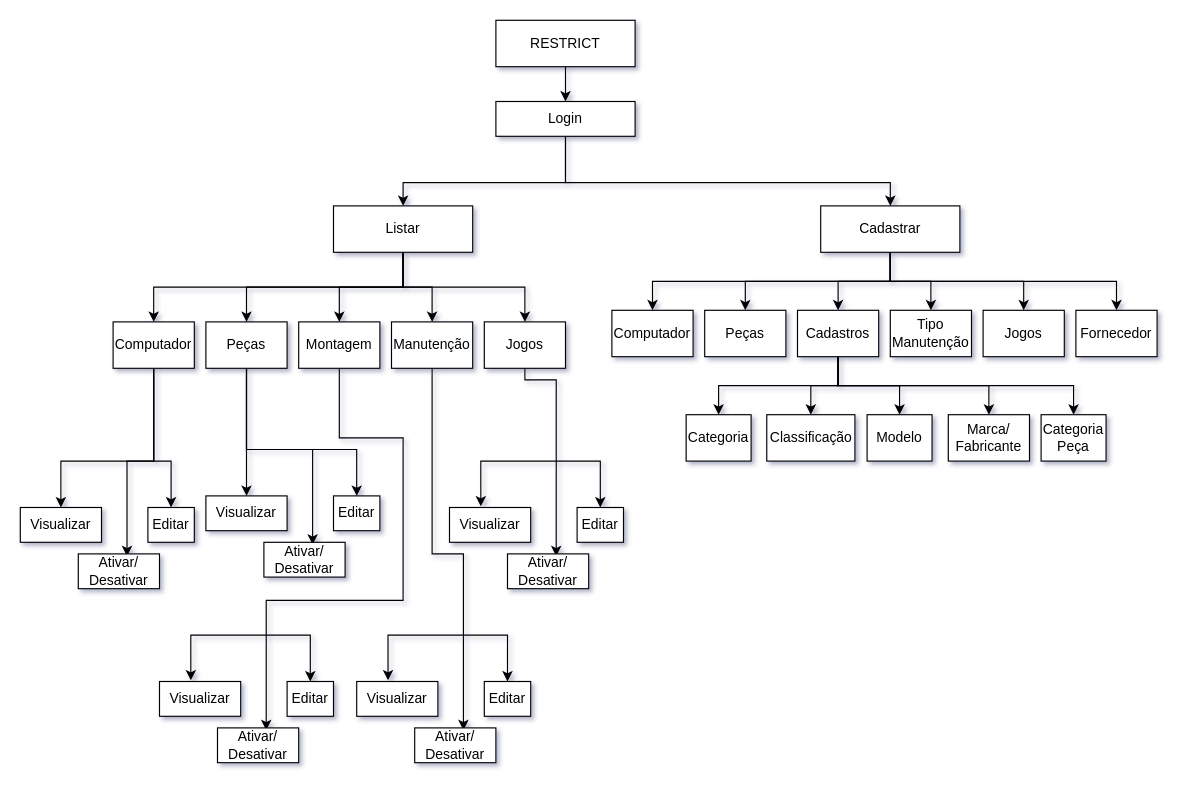
Earlier version of the draw.io diagram uploads/ADM.drawio (iasdomingos03/tcc). Source tidied: cells renumbered, new cells numbered last; positions are measured from the earlier drawing's top-left corner, leaving out a move shared by most shapes. Both pictures are drawn from the tidied source at 116%, with x=0, y=0 at pixel (20, 20).
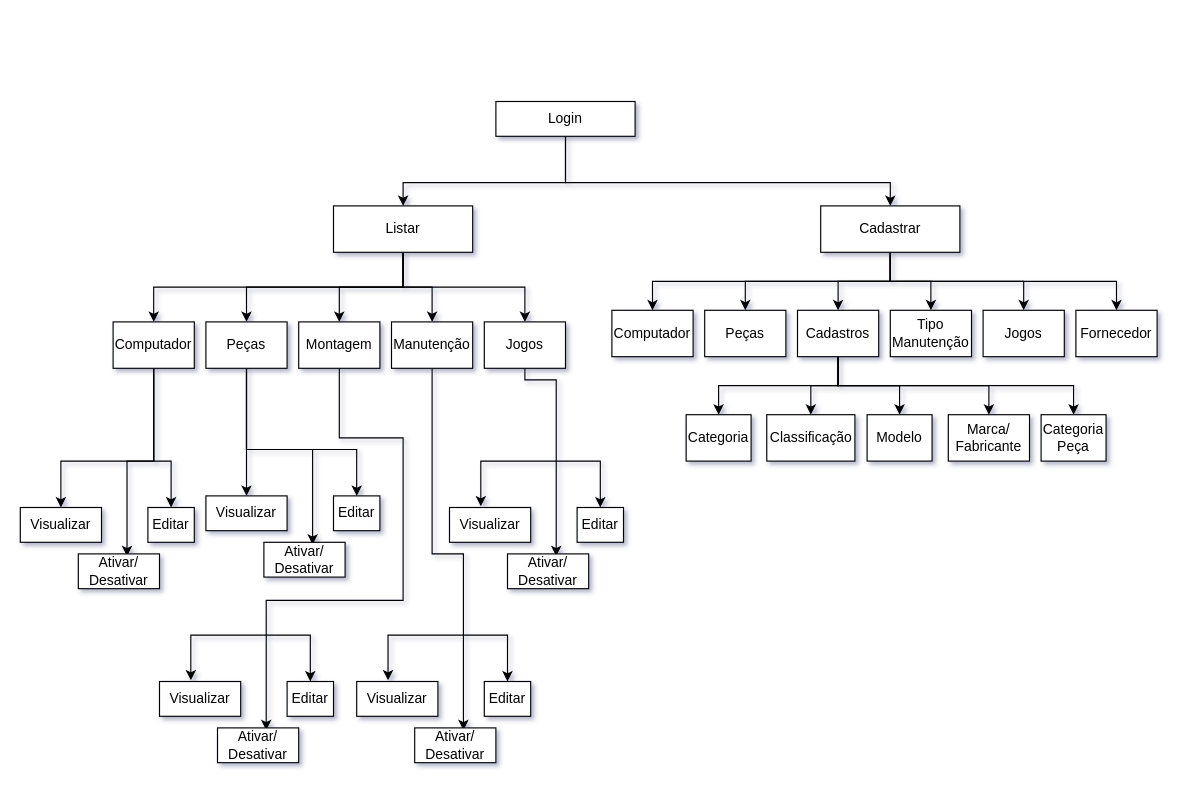
After the change.

Unchanged cells that the change refers to:
```xml
<mxCell id="6" value="Login" style="rounded=0;whiteSpace=wrap;html=1;" parent="1" vertex="1">
  <mxGeometry x="410" y="70" width="120" height="30" as="geometry" />
</mxCell>
```

Diff of the diagram source:
```diff
@@
-    <mxCell id="2" style="edgeStyle=orthogonalEdgeStyle;rounded=0;jettySize=auto;html=1;exitX=0.5;exitY=1;exitDx=0;exitDy=0;entryX=0.5;entryY=0;entryDx=0;entryDy=0;" parent="1" edge="1" source="3" target="6">
-      <mxGeometry relative="1" as="geometry" />
-    </mxCell>
-    <mxCell id="3" value="RESTRICT" style="rounded=0;whiteSpace=wrap;html=1;" parent="1" vertex="1">
-      <mxGeometry x="410" width="120" height="40" as="geometry" />
-    </mxCell>
```
